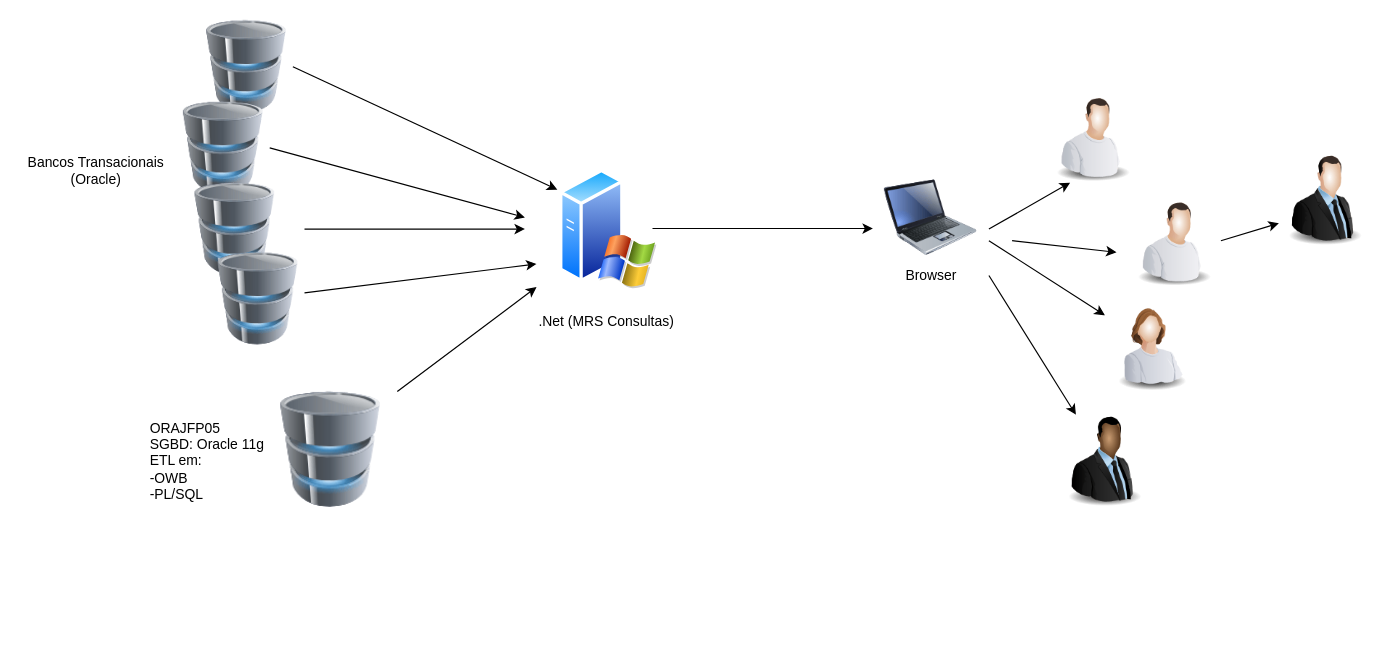
Above: as_is_MRSConsultas.drawio in rafaelr00/arquitetura (draw.io), before the change. Source tidied: cells renumbered, new cells numbered last; positions are measured from the earlier drawing's top-left corner, leaving out a move shared by most shapes. Both pictures are drawn from the tidied source at 116%, with x=0, y=0 at pixel (20, 20).
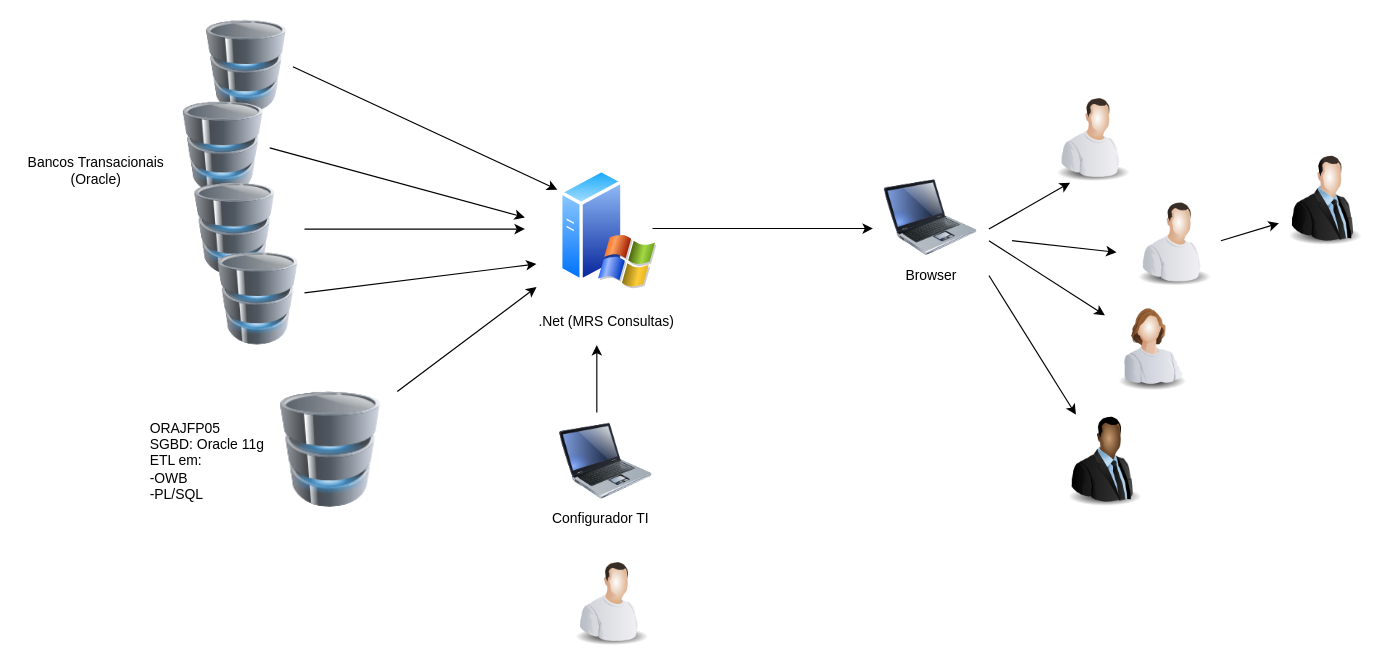
The same diagram, later.

Change to the diagram source:
```diff
@@
+    <mxCell id="29" style="image;html=1;labelBackgroundColor=#ffffff;image=img/lib/clip_art/computers/Laptop_128x128.png;align=left;" parent="1" vertex="1">
+      <mxGeometry x="465" y="340" width="80" height="80" as="geometry" />
+    </mxCell>
+    <mxCell id="30" style="endArrow=classic;html=1;exitX=0.4;exitY=-0.025;exitDx=0;exitDy=0;exitPerimeter=0;" parent="1" edge="1" source="29">
+      <mxGeometry relative="1" as="geometry">
+        <mxPoint x="497" y="280" as="targetPoint" />
+      </mxGeometry>
+    </mxCell>
+    <mxCell id="31" value="Configurador TI" style="text;html=1;align=center;verticalAlign=middle;fillColor=none;strokeColor=none;rounded=0;" parent="1" vertex="1">
+      <mxGeometry x="450" y="420" width="100" height="20" as="geometry" />
+    </mxCell>
+    <mxCell id="32" style="image;html=1;labelBackgroundColor=#ffffff;image=img/lib/clip_art/people/Worker_Man_128x128.png;" parent="1" vertex="1">
+      <mxGeometry x="470" y="460" width="80" height="80" as="geometry" />
+    </mxCell>
```
